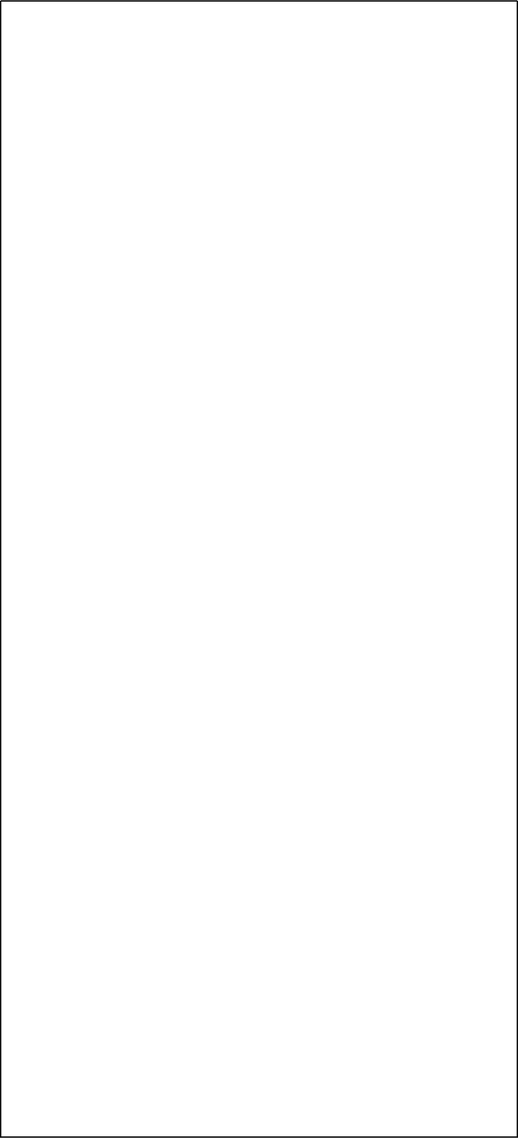
Before: TED/Use_case_diagram.drawio.svg, a diagram exported from draw.io (TadeasPikl/Diagrams.net). Source tidied: cells renumbered, new cells last; positions are measured from the earlier drawing's top-left corner, leaving out a move shared by most shapes.
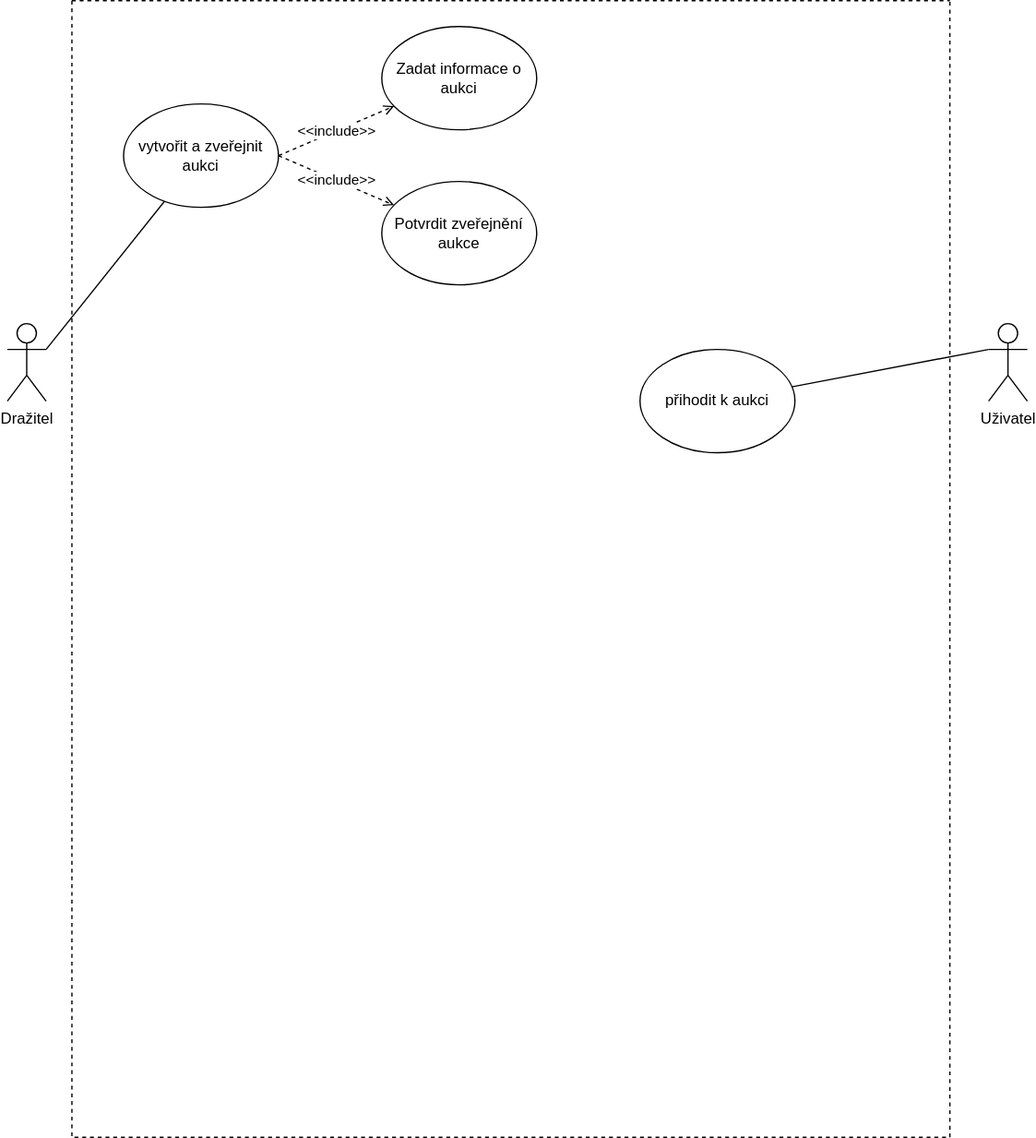
Above is the later version.

The edit, as a diff of the source:
```diff
@@ -2,8 +2,38 @@
   <root>
     <mxCell id="0" />
     <mxCell id="1" parent="0" />
-    <mxCell id="2" style="swimlane;startSize=0;" parent="1" vertex="1">
-      <mxGeometry width="400" height="880" as="geometry" />
+    <mxCell id="2" style="swimlane;startSize=0;labelBackgroundColor=default;endArrow=open;fontSize=11;rounded=0;endFill=0;dashed=1;" parent="1" vertex="1">
+      <mxGeometry width="680" height="880" as="geometry" />
     </mxCell>
+    <mxCell id="3" value="&amp;lt;&amp;lt;include&amp;gt;&amp;gt;" style="edgeStyle=none;rounded=0;jettySize=auto;html=1;exitX=1;exitY=0.5;exitDx=0;exitDy=0;endArrow=open;endFill=0;dashed=1;" parent="2" edge="1" source="5" target="7">
+      <mxGeometry relative="1" as="geometry" />
+    </mxCell>
+    <mxCell id="4" value="&amp;lt;&amp;lt;include&amp;gt;&amp;gt;" style="edgeStyle=none;rounded=0;jettySize=auto;html=1;exitX=1;exitY=0.5;exitDx=0;exitDy=0;dashed=1;endArrow=open;endFill=0;" parent="2" edge="1" source="5" target="8">
+      <mxGeometry relative="1" as="geometry" />
+    </mxCell>
+    <mxCell id="5" value="vytvořit a zveřejnit aukci" style="ellipse;whiteSpace=wrap;html=1;" parent="2" vertex="1">
+      <mxGeometry x="40" y="80" width="120" height="80" as="geometry" />
+    </mxCell>
+    <mxCell id="6" value="přihodit k aukci" style="ellipse;whiteSpace=wrap;html=1;" parent="2" vertex="1">
+      <mxGeometry x="440" y="270" width="120" height="80" as="geometry" />
+    </mxCell>
+    <mxCell id="7" value="Zadat informace o aukci" style="ellipse;whiteSpace=wrap;html=1;" parent="2" vertex="1">
+      <mxGeometry x="240" y="20" width="120" height="80" as="geometry" />
+    </mxCell>
+    <mxCell id="8" value="Potvrdit zveřejnění aukce" style="ellipse;whiteSpace=wrap;html=1;" parent="2" vertex="1">
+      <mxGeometry x="240" y="140" width="120" height="80" as="geometry" />
+    </mxCell>
+    <mxCell id="9" style="rounded=0;jettySize=auto;html=1;exitX=1;exitY=0.3333333333333333;exitDx=0;exitDy=0;exitPerimeter=0;endArrow=none;endFill=0;" parent="1" edge="1" source="10" target="5">
+      <mxGeometry relative="1" as="geometry" />
+    </mxCell>
+    <mxCell id="10" value="Dražitel" style="shape=umlActor;verticalLabelPosition=bottom;verticalAlign=top;html=1;outlineConnect=0;" parent="1" vertex="1">
+      <mxGeometry x="-50" y="250" width="30" height="60" as="geometry" />
+    </mxCell>
+    <mxCell id="11" style="edgeStyle=none;rounded=0;jettySize=auto;html=1;exitX=0;exitY=0.3333333333333333;exitDx=0;exitDy=0;exitPerimeter=0;endArrow=none;endFill=0;" parent="1" edge="1" source="12" target="6">
+      <mxGeometry relative="1" as="geometry" />
+    </mxCell>
+    <mxCell id="12" value="Uživatel" style="shape=umlActor;verticalLabelPosition=bottom;verticalAlign=top;html=1;outlineConnect=0;" parent="1" vertex="1">
+      <mxGeometry x="710" y="250" width="30" height="60" as="geometry" />
+    </mxCell>
   </root>
 </mxGraphModel>
```
